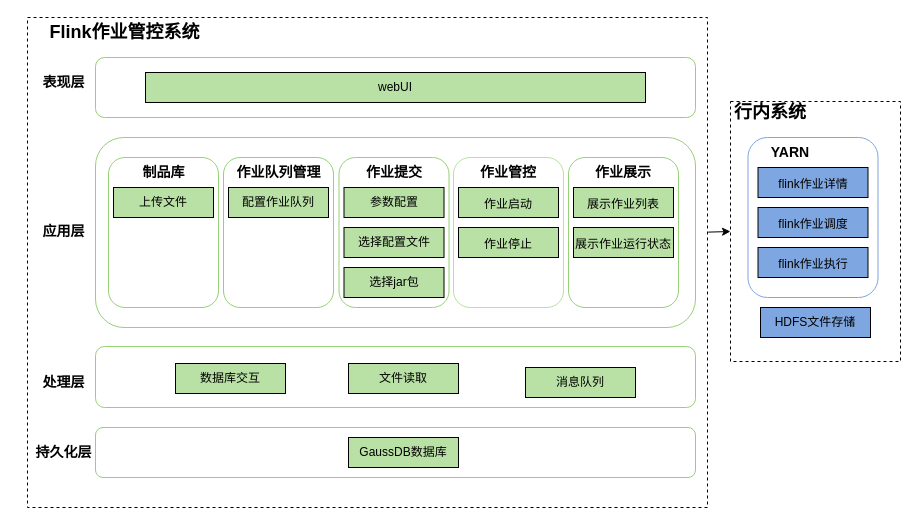
Janxun/graph keeps this draw.io diagram as Flink作业管控1.drawio. Above is the earlier version. Source tidied: cells renumbered, new cells numbered last; positions are measured from the earlier drawing's top-left corner, leaving out a move shared by most shapes. Both pictures are drawn from the tidied source at 100%, with x=0, y=0 at pixel (17, 17).
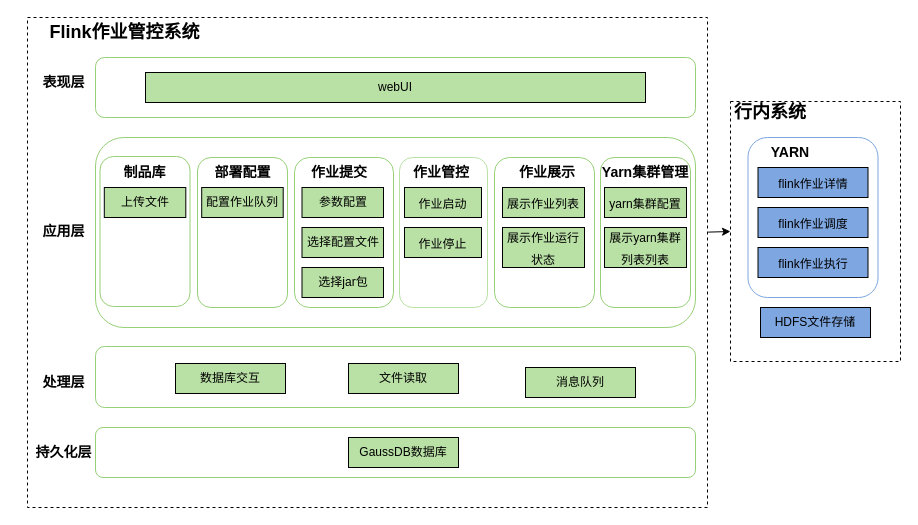
After the change.

What changed in the source:
```diff
@@
+    <mxCell id="45" style="rounded=1;whiteSpace=wrap;html=1;strokeColor=#97D077;fillColor=#FFFFFF;" parent="1" vertex="1">
+      <mxGeometry x="82.5" y="139" width="90" height="150" as="geometry" />
+    </mxCell>
     <mxCell id="4" style="rounded=1;whiteSpace=wrap;html=1;strokeColor=#97D077;fillColor=#FFFFFF;" parent="1" vertex="1">
-      <mxGeometry x="206" y="140" width="110" height="150" as="geometry" />
+      <mxGeometry x="180" y="140" width="90" height="150" as="geometry" />
     </mxCell>
@@
     <mxCell id="7" style="rounded=1;whiteSpace=wrap;html=1;strokeColor=#97D077;fillColor=#FFFFFF;" parent="1" vertex="1">
-      <mxGeometry x="551" y="140" width="110" height="150" as="geometry" />
+      <mxGeometry x="477" y="140" width="100" height="150" as="geometry" />
     </mxCell>
@@
     <mxCell id="9" style="rounded=1;whiteSpace=wrap;html=1;strokeColor=#B9E0A5;fillColor=#FFFFFF;" parent="1" vertex="1">
-      <mxGeometry x="436" y="140" width="110" height="150" as="geometry" />
+      <mxGeometry x="382" y="140" width="88" height="150" as="geometry" />
     </mxCell>
     <mxCell id="10" style="rounded=1;whiteSpace=wrap;html=1;strokeColor=#97D077;fillColor=#FFFFFF;" parent="1" vertex="1">
-      <mxGeometry x="321.5" y="140" width="110" height="150" as="geometry" />
+      <mxGeometry x="277" y="140" width="99" height="150" as="geometry" />
     </mxCell>
     <mxCell id="11" value="&lt;span style=&quot;font-size: 12px&quot;&gt;作业启动&lt;/span&gt;" style="rounded=0;whiteSpace=wrap;html=1;fontSize=18;fillColor=#B9E0A5;" parent="1" vertex="1">
-      <mxGeometry x="441" y="170" width="100" height="30" as="geometry" />
+      <mxGeometry x="387" y="170" width="77" height="30" as="geometry" />
     </mxCell>
     <mxCell id="12" value="&lt;span style=&quot;font-size: 12px&quot;&gt;展示作业列表&lt;/span&gt;" style="rounded=0;whiteSpace=wrap;html=1;fontSize=18;fillColor=#B9E0A5;" parent="1" vertex="1">
-      <mxGeometry x="556" y="170" width="100" height="30" as="geometry" />
+      <mxGeometry x="485" y="170" width="82" height="30" as="geometry" />
     </mxCell>
     <mxCell id="13" value="参数配置" style="rounded=0;whiteSpace=wrap;html=1;fontSize=12;fillColor=#B9E0A5;" parent="1" vertex="1">
-      <mxGeometry x="326.5" y="170" width="100" height="30" as="geometry" />
+      <mxGeometry x="284.5" y="170" width="81.5" height="30" as="geometry" />
     </mxCell>
     <mxCell id="14" value="选择配置文件" style="rounded=0;whiteSpace=wrap;html=1;fontSize=12;fillColor=#B9E0A5;" parent="1" vertex="1">
-      <mxGeometry x="326.5" y="210" width="100" height="30" as="geometry" />
+      <mxGeometry x="284.5" y="210" width="81.5" height="30" as="geometry" />
     </mxCell>
     <mxCell id="15" value="&lt;b&gt;&lt;font style=&quot;font-size: 14px&quot;&gt;作业提交&lt;/font&gt;&lt;/b&gt;" style="text;html=1;strokeColor=none;fillColor=none;align=center;verticalAlign=middle;whiteSpace=wrap;rounded=0;fontFamily=Helvetica;" parent="1" vertex="1">
-      <mxGeometry x="346.5" y="140" width="60" height="30" as="geometry" />
+      <mxGeometry x="291.5" y="140" width="60" height="30" as="geometry" />
     </mxCell>
     <mxCell id="16" value="&lt;span style=&quot;font-size: 12px&quot;&gt;作业停止&lt;/span&gt;" style="rounded=0;whiteSpace=wrap;html=1;fontSize=18;fillColor=#B9E0A5;" parent="1" vertex="1">
-      <mxGeometry x="441" y="210" width="100" height="30" as="geometry" />
+      <mxGeometry x="387" y="210" width="77" height="30" as="geometry" />
     </mxCell>
     <mxCell id="17" value="&lt;span style=&quot;font-size: 14px&quot;&gt;&lt;b&gt;作业管控&lt;/b&gt;&lt;/span&gt;" style="text;html=1;strokeColor=none;fillColor=none;align=center;verticalAlign=middle;whiteSpace=wrap;rounded=0;fontFamily=Helvetica;" parent="1" vertex="1">
-      <mxGeometry x="461" y="140" width="60" height="30" as="geometry" />
+      <mxGeometry x="394" y="140" width="60" height="30" as="geometry" />
     </mxCell>
     <mxCell id="18" value="&lt;span style=&quot;font-size: 12px&quot;&gt;展示作业运行状态&lt;/span&gt;" style="rounded=0;whiteSpace=wrap;html=1;fontSize=18;fillColor=#B9E0A5;" parent="1" vertex="1">
-      <mxGeometry x="556" y="210" width="100" height="30" as="geometry" />
+      <mxGeometry x="485" y="210" width="82" height="40" as="geometry" />
     </mxCell>
@@
     <mxCell id="22" value="&lt;b&gt;&lt;font style=&quot;font-size: 14px&quot;&gt;作业展示&lt;/font&gt;&lt;/b&gt;" style="text;html=1;strokeColor=none;fillColor=none;align=center;verticalAlign=middle;whiteSpace=wrap;rounded=0;fontFamily=Helvetica;" parent="1" vertex="1">
-      <mxGeometry x="576" y="140" width="60" height="30" as="geometry" />
+      <mxGeometry x="500" y="140" width="60" height="30" as="geometry" />
     </mxCell>
@@
     <mxCell id="39" value="选择jar包" style="rounded=0;whiteSpace=wrap;html=1;fontSize=12;fillColor=#B9E0A5;" parent="1" vertex="1">
-      <mxGeometry x="326.5" y="250" width="100" height="30" as="geometry" />
+      <mxGeometry x="284.5" y="250" width="81.5" height="30" as="geometry" />
     </mxCell>
+    <mxCell id="41" value="&lt;span style=&quot;font-size: 14px&quot;&gt;&lt;b&gt;部署配置&lt;/b&gt;&lt;/span&gt;" style="text;html=1;strokeColor=none;fillColor=none;align=center;verticalAlign=middle;whiteSpace=wrap;rounded=0;fontFamily=Helvetica;" parent="1" vertex="1">
+      <mxGeometry x="177.5" y="140" width="95" height="30" as="geometry" />
+    </mxCell>
+    <mxCell id="44" value="&lt;span style=&quot;font-size: 14px&quot;&gt;&lt;b&gt;制品库&lt;/b&gt;&lt;/span&gt;" style="text;html=1;strokeColor=none;fillColor=none;align=center;verticalAlign=middle;whiteSpace=wrap;rounded=0;fontFamily=Helvetica;" parent="1" vertex="1">
+      <mxGeometry x="79.5" y="140" width="95" height="30" as="geometry" />
+    </mxCell>
     <mxCell id="40" value="配置作业队列" style="rounded=0;whiteSpace=wrap;html=1;fontSize=12;fillColor=#B9E0A5;" parent="1" vertex="1">
-      <mxGeometry x="211" y="170" width="100" height="30" as="geometry" />
+      <mxGeometry x="184.2" y="170" width="81.5" height="30" as="geometry" />
     </mxCell>
-    <mxCell id="41" value="&lt;b&gt;&lt;font style=&quot;font-size: 14px&quot;&gt;作业队列管理&lt;/font&gt;&lt;/b&gt;" style="text;html=1;strokeColor=none;fillColor=none;align=center;verticalAlign=middle;whiteSpace=wrap;rounded=0;fontFamily=Helvetica;" parent="1" vertex="1">
-      <mxGeometry x="213.5" y="140" width="95" height="30" as="geometry" />
-    </mxCell>
-    <mxCell id="42" style="rounded=1;whiteSpace=wrap;html=1;strokeColor=#97D077;fillColor=#FFFFFF;" parent="1" vertex="1">
-      <mxGeometry x="91" y="140" width="110" height="150" as="geometry" />
-    </mxCell>
     <mxCell id="43" value="上传文件" style="rounded=0;whiteSpace=wrap;html=1;fontSize=12;fillColor=#B9E0A5;" parent="1" vertex="1">
-      <mxGeometry x="96" y="170" width="100" height="30" as="geometry" />
+      <mxGeometry x="86.8" y="170" width="81.5" height="30" as="geometry" />
     </mxCell>
-    <mxCell id="44" value="&lt;span style=&quot;font-size: 14px&quot;&gt;&lt;b&gt;制品库&lt;/b&gt;&lt;/span&gt;" style="text;html=1;strokeColor=none;fillColor=none;align=center;verticalAlign=middle;whiteSpace=wrap;rounded=0;fontFamily=Helvetica;" parent="1" vertex="1">
-      <mxGeometry x="98.5" y="140" width="95" height="30" as="geometry" />
-    </mxCell>
+    <mxCell id="46" style="rounded=1;whiteSpace=wrap;html=1;strokeColor=#97D077;fillColor=#FFFFFF;" parent="1" vertex="1">
+      <mxGeometry x="583" y="140" width="90" height="150" as="geometry" />
+    </mxCell>
+    <mxCell id="47" value="&lt;span style=&quot;font-size: 14px&quot;&gt;&lt;b&gt;Yarn集群管理&lt;/b&gt;&lt;/span&gt;" style="text;html=1;strokeColor=none;fillColor=none;align=center;verticalAlign=middle;whiteSpace=wrap;rounded=0;fontFamily=Helvetica;" parent="1" vertex="1">
+      <mxGeometry x="583" y="140" width="90" height="30" as="geometry" />
+    </mxCell>
+    <mxCell id="48" value="&lt;span style=&quot;font-size: 12px&quot;&gt;yarn集群配置&lt;/span&gt;" style="rounded=0;whiteSpace=wrap;html=1;fontSize=18;fillColor=#B9E0A5;" parent="1" vertex="1">
+      <mxGeometry x="587" y="170" width="82" height="30" as="geometry" />
+    </mxCell>
+    <mxCell id="49" value="&lt;span style=&quot;font-size: 12px&quot;&gt;展示yarn集群列表列表&lt;/span&gt;" style="rounded=0;whiteSpace=wrap;html=1;fontSize=18;fillColor=#B9E0A5;" parent="1" vertex="1">
+      <mxGeometry x="587" y="210" width="82" height="40" as="geometry" />
+    </mxCell>
```
